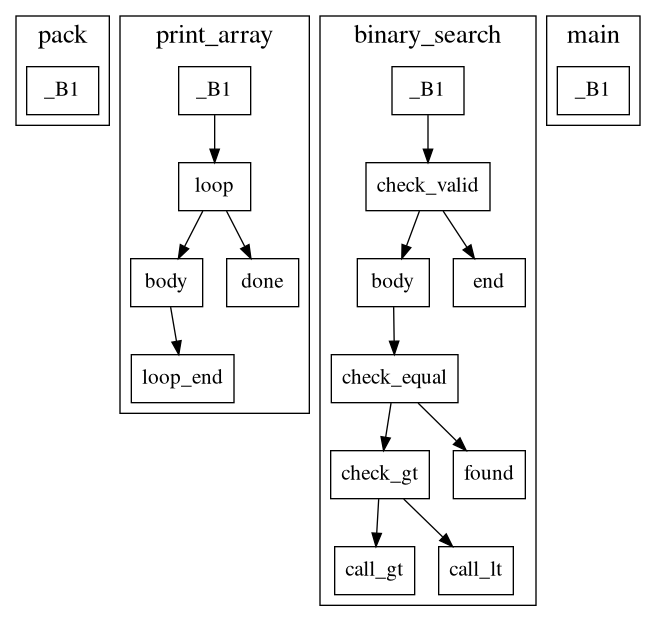
Above: tmp_dom.png in Andrey-Yao/Brilliant (Graphviz), before the change. Its source is kept beside it as tmp_dom.dot.
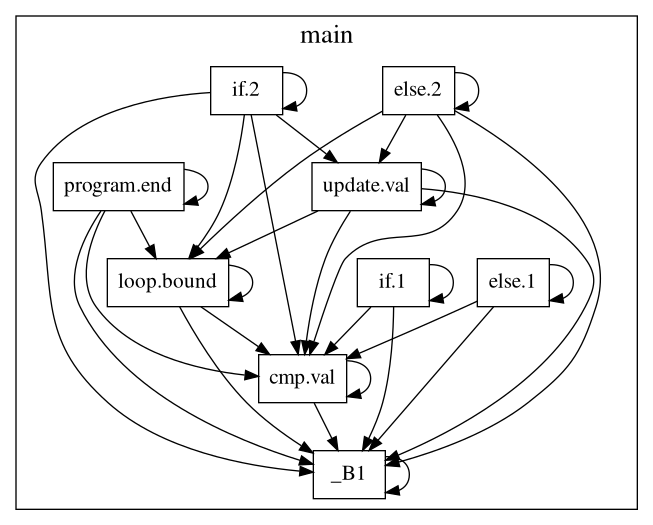
Later version of the same file.

Change to the diagram source:
```diff
@@ -1,84 +1,3 @@
-digraph {
-fontname="Times"
-fontsize="20"
-penwidth=1
-node[fontsize="16" shape="box" fontname="Times"]
-
-subgraph cluster_0 {
-label = "pack"
-"_B1" [label="_B1"]
-
-}}
-digraph {
-fontname="Times"
-fontsize="20"
-penwidth=1
-node[fontsize="16" shape="box" fontname="Times"]
-
-subgraph cluster_0 {
-label = "print_array"
-"_B1" [label="_B1"]
-
-"body" [label="body"]
-
-"done" [label="done"]
-
-"loop" [label="loop"]
-
-"loop_end" [label="loop_end"]
-
-"_B1" -> "loop"
-
-"body" -> "loop_end"
-
-"loop" -> "body"
-
-"loop" -> "done"
-
-}}
-digraph {
-fontname="Times"
-fontsize="20"
-penwidth=1
-node[fontsize="16" shape="box" fontname="Times"]
-
-subgraph cluster_0 {
-label = "binary_search"
-"_B1" [label="_B1"]
-
-"body" [label="body"]
-
-"call_gt" [label="call_gt"]
-
-"call_lt" [label="call_lt"]
-
-"check_equal" [label="check_equal"]
-
-"check_gt" [label="check_gt"]
-
-"check_valid" [label="check_valid"]
-
-"end" [label="end"]
-
-"found" [label="found"]
-
-"_B1" -> "check_valid"
-
-"body" -> "check_equal"
-
-"check_equal" -> "check_gt"
-
-"check_equal" -> "found"
-
-"check_gt" -> "call_gt"
-
-"check_gt" -> "call_lt"
-
-"check_valid" -> "body"
-
-"check_valid" -> "end"
-
-}}
 digraph {
 fontname="Times"
 fontsize="20"
@@ -89,4 +8,80 @@
 label = "main"
 "_B1" [label="_B1"]
 
+"cmp.val" [label="cmp.val"]
+
+"else.1" [label="else.1"]
+
+"else.2" [label="else.2"]
+
+"if.1" [label="if.1"]
+
+"if.2" [label="if.2"]
+
+"loop.bound" [label="loop.bound"]
+
+"program.end" [label="program.end"]
+
+"update.val" [label="update.val"]
+
+"_B1" -> "_B1"
+
+"cmp.val" -> "_B1"
+
+"cmp.val" -> "cmp.val"
+
+"else.1" -> "_B1"
+
+"else.1" -> "cmp.val"
+
+"else.1" -> "else.1"
+
+"else.2" -> "_B1"
+
+"else.2" -> "cmp.val"
+
+"else.2" -> "else.2"
+
+"else.2" -> "loop.bound"
+
+"else.2" -> "update.val"
+
+"if.1" -> "_B1"
+
+"if.1" -> "cmp.val"
+
+"if.1" -> "if.1"
+
+"if.2" -> "_B1"
+
+"if.2" -> "cmp.val"
+
+"if.2" -> "if.2"
+
+"if.2" -> "loop.bound"
+
+"if.2" -> "update.val"
+
+"loop.bound" -> "_B1"
+
+"loop.bound" -> "cmp.val"
+
+"loop.bound" -> "loop.bound"
+
+"program.end" -> "_B1"
+
+"program.end" -> "cmp.val"
+
+"program.end" -> "loop.bound"
+
+"program.end" -> "program.end"
+
+"update.val" -> "_B1"
+
+"update.val" -> "cmp.val"
+
+"update.val" -> "loop.bound"
+
+"update.val" -> "update.val"
+
 }}
```
